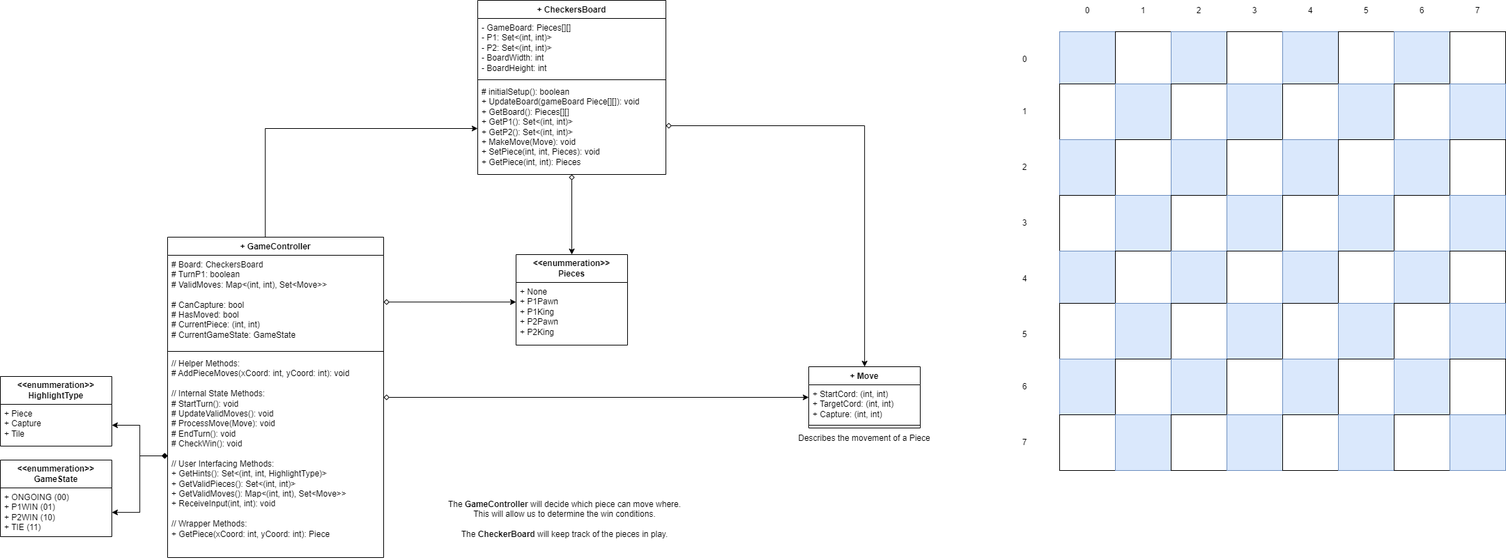
Before: checkers_class_diagram.png, a diagram exported from draw.io (illiteratewaffle/RetroArcade). Source tidied: cells renumbered, new cells last; positions are measured from the earlier drawing's top-left corner, leaving out a move shared by most shapes.
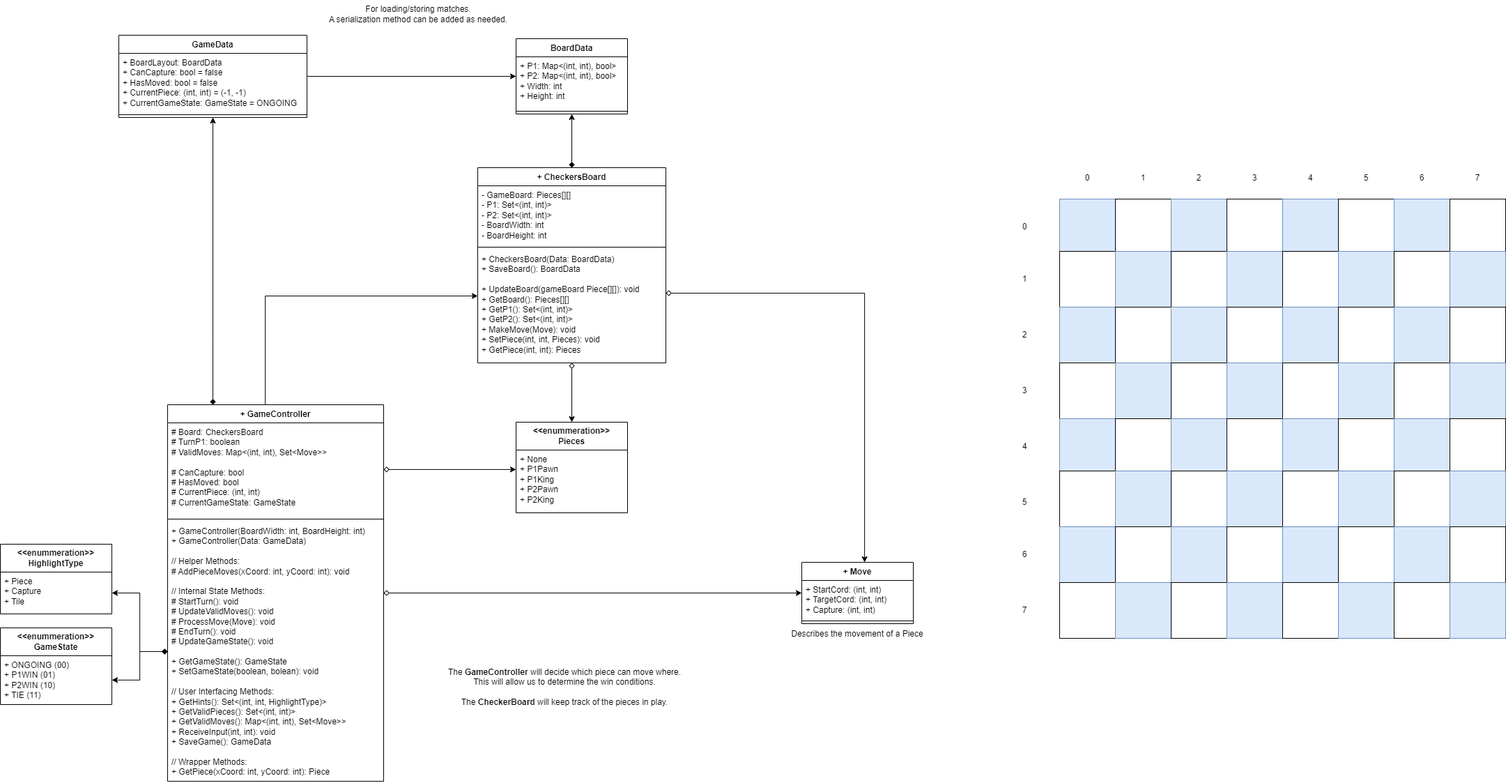
The same file after the commit.

Commit message:
Added methods to get and forcefully set the GameState in the Checkers Class Diagram.

What changed in the source:
```diff
@@ -6,7 +6,7 @@
       <mxGeometry relative="1" as="geometry" />
     </mxCell>
     <mxCell id="3" value="+ GameController&lt;div&gt;&lt;br&gt;&lt;/div&gt;" style="swimlane;fontStyle=1;align=center;verticalAlign=top;horizontal=1;startSize=26;whiteSpace=wrap;html=1;" parent="1" vertex="1">
-      <mxGeometry x="240" y="340" width="310" height="460" as="geometry" />
+      <mxGeometry x="240" y="340" width="310" height="540" as="geometry" />
     </mxCell>
     <mxCell id="4" value="&lt;div&gt;&lt;span style=&quot;background-color: transparent; color: light-dark(rgb(0, 0, 0), rgb(255, 255, 255));&quot;&gt;# Board: CheckersBoard&lt;/span&gt;&lt;/div&gt;&lt;div&gt;# TurnP1: boolean&lt;/div&gt;&lt;div&gt;# ValidMoves: Map&amp;lt;(int, int), Set&amp;lt;Move&amp;gt;&amp;gt;&lt;/div&gt;&lt;div&gt;&lt;br&gt;&lt;/div&gt;&lt;div&gt;# CanCapture: bool&lt;/div&gt;&lt;div&gt;# HasMoved: bool&lt;/div&gt;&lt;div&gt;# CurrentPiece: (int, int)&lt;/div&gt;&lt;div&gt;# CurrentGameState: GameState&lt;/div&gt;" style="text;strokeColor=none;fillColor=none;align=left;verticalAlign=top;spacingLeft=4;spacingRight=4;overflow=hidden;points=[[0,0.5],[1,0.5]];portConstraint=eastwest;whiteSpace=wrap;html=1;" parent="3" vertex="1">
       <mxGeometry y="26" width="310" height="134" as="geometry" />
@@ -14,11 +14,11 @@
     <mxCell id="5" style="line;strokeWidth=1;fillColor=none;align=left;verticalAlign=middle;spacingTop=-1;spacingLeft=3;spacingRight=3;labelPosition=right;strokeColor=inherit;" parent="3" vertex="1">
       <mxGeometry y="160" width="310" height="8" as="geometry" />
     </mxCell>
-    <mxCell id="6" value="&lt;div&gt;// Helper Methods:&lt;/div&gt;&lt;div&gt;# AddPieceMoves(xCoord: int, yCoord: int): void&lt;/div&gt;&lt;div&gt;&lt;br&gt;&lt;/div&gt;&lt;div&gt;// Internal State Methods:&lt;/div&gt;&lt;div&gt;# StartTurn(): void&lt;/div&gt;&lt;div&gt;# UpdateValidMoves(): void&lt;/div&gt;&lt;div&gt;# ProcessMove(Move): void&lt;/div&gt;&lt;div&gt;# EndTurn(): void&lt;/div&gt;&lt;div&gt;# CheckWin(): void&lt;/div&gt;&lt;div&gt;&lt;br&gt;&lt;/div&gt;&lt;div&gt;// User Interfacing Methods:&lt;/div&gt;&lt;div&gt;+ GetHints(): Set&amp;lt;(int, int, HighlightType)&amp;gt;&lt;/div&gt;&lt;div&gt;+ GetValidPieces(): Set&amp;lt;(int, int)&amp;gt;&lt;/div&gt;+ GetValidMoves(): Map&amp;lt;(int, int), Set&amp;lt;Move&amp;gt;&amp;gt;&lt;div&gt;+ ReceiveInput(int, int): void&lt;/div&gt;&lt;div&gt;&lt;br&gt;&lt;/div&gt;&lt;div&gt;// Wrapper Methods:&lt;/div&gt;&lt;div&gt;+ GetPiece(xCoord: int, yCoord: int): Piece&lt;/div&gt;" style="text;strokeColor=none;fillColor=none;align=left;verticalAlign=top;spacingLeft=4;spacingRight=4;overflow=hidden;points=[[0,0.5],[1,0.5]];portConstraint=eastwest;whiteSpace=wrap;html=1;" parent="3" vertex="1">
-      <mxGeometry y="168" width="310" height="292" as="geometry" />
+    <mxCell id="6" value="&lt;div&gt;+ GameController(BoardWidth: int, BoardHeight: int)&lt;/div&gt;&lt;div&gt;+ GameController(Data: GameData)&lt;/div&gt;&lt;div&gt;&lt;br&gt;&lt;/div&gt;&lt;div&gt;// Helper Methods:&lt;/div&gt;&lt;div&gt;# AddPieceMoves(xCoord: int, yCoord: int): void&lt;/div&gt;&lt;div&gt;&lt;br&gt;&lt;/div&gt;&lt;div&gt;// Internal State Methods:&lt;/div&gt;&lt;div&gt;# StartTurn(): void&lt;/div&gt;&lt;div&gt;# UpdateValidMoves(): void&lt;/div&gt;&lt;div&gt;# ProcessMove(Move): void&lt;/div&gt;&lt;div&gt;# EndTurn(): void&lt;/div&gt;&lt;div&gt;# UpdateGameState(): void&lt;/div&gt;&lt;div&gt;&lt;br&gt;&lt;/div&gt;&lt;div&gt;&lt;div&gt;+ GetGameState(): GameState&lt;/div&gt;&lt;div&gt;+ SetGameState(boolean, bolean): void&lt;/div&gt;&lt;/div&gt;&lt;div&gt;&lt;br&gt;&lt;/div&gt;&lt;div&gt;// User Interfacing Methods:&lt;/div&gt;&lt;div&gt;+ GetHints(): Set&amp;lt;(int, int, HighlightType)&amp;gt;&lt;/div&gt;&lt;div&gt;+ GetValidPieces(): Set&amp;lt;(int, int)&amp;gt;&lt;/div&gt;+ GetValidMoves(): Map&amp;lt;(int, int), Set&amp;lt;Move&amp;gt;&amp;gt;&lt;div&gt;+ ReceiveInput(int, int): void&lt;/div&gt;&lt;div&gt;+ SaveGame(): GameData&lt;/div&gt;&lt;div&gt;&lt;br&gt;&lt;/div&gt;&lt;div&gt;// Wrapper Methods:&lt;/div&gt;&lt;div&gt;+ GetPiece(xCoord: int, yCoord: int): Piece&lt;/div&gt;" style="text;strokeColor=none;fillColor=none;align=left;verticalAlign=top;spacingLeft=4;spacingRight=4;overflow=hidden;points=[[0,0.5],[1,0.5]];portConstraint=eastwest;whiteSpace=wrap;html=1;" parent="3" vertex="1">
+      <mxGeometry y="168" width="310" height="372" as="geometry" />
     </mxCell>
     <mxCell id="7" value="+ Move" style="swimlane;fontStyle=1;align=center;verticalAlign=top;horizontal=1;startSize=26;whiteSpace=wrap;html=1;" parent="1" vertex="1">
-      <mxGeometry x="1160" y="526" width="160" height="88" as="geometry" />
+      <mxGeometry x="1150" y="566" width="160" height="88" as="geometry" />
     </mxCell>
     <mxCell id="8" value="+ StartCord: (int, int)&lt;div&gt;+ TargetCord: (int, int)&lt;/div&gt;&lt;div&gt;+ Capture: (int, int)&lt;/div&gt;" style="text;strokeColor=none;fillColor=none;align=left;verticalAlign=top;spacingLeft=4;spacingRight=4;overflow=hidden;whiteSpace=wrap;html=1;" parent="7" vertex="1">
       <mxGeometry y="26" width="160" height="54" as="geometry" />
@@ -27,7 +27,7 @@
       <mxGeometry y="80" width="160" height="8" as="geometry" />
     </mxCell>
     <mxCell id="10" value="Describes the movement of a Piece" style="text;html=1;align=center;verticalAlign=middle;whiteSpace=wrap;rounded=0;" parent="1" vertex="1">
-      <mxGeometry x="1140" y="614" width="200" height="30" as="geometry" />
+      <mxGeometry x="1130" y="654" width="200" height="30" as="geometry" />
     </mxCell>
     <mxCell id="11" value="&lt;b&gt;&amp;lt;&amp;lt;enummeration&amp;gt;&amp;gt;&lt;/b&gt;&lt;div&gt;&lt;b&gt;HighlightType&lt;/b&gt;&lt;/div&gt;" style="swimlane;fontStyle=0;horizontal=1;startSize=40;fillColor=none;whiteSpace=wrap;html=1;" parent="1" vertex="1">
       <mxGeometry y="540" width="160" height="100" as="geometry" />
@@ -309,8 +309,11 @@
         </Array>
       </mxGeometry>
     </mxCell>
+    <mxCell id="108" style="edgeStyle=orthogonalEdgeStyle;rounded=0;jettySize=auto;html=1;startArrow=diamond;startFill=1;" parent="1" edge="1" source="100" target="114">
+      <mxGeometry relative="1" as="geometry" />
+    </mxCell>
     <mxCell id="100" value="&lt;div&gt;+ CheckersBoard&lt;/div&gt;&lt;div&gt;&lt;br&gt;&lt;/div&gt;" style="swimlane;fontStyle=1;align=center;verticalAlign=top;horizontal=1;startSize=26;whiteSpace=wrap;html=1;" parent="1" vertex="1">
-      <mxGeometry x="685" width="270" height="250" as="geometry" />
+      <mxGeometry x="685" width="270" height="280" as="geometry" />
     </mxCell>
     <mxCell id="101" value="- GameBoard: Pieces[][]&lt;div&gt;- P1: Set&amp;lt;(int, int)&amp;gt;&lt;/div&gt;&lt;div&gt;- P2: Set&amp;lt;(int, int)&amp;gt;&lt;br&gt;&lt;div&gt;- BoardWidth: int&lt;/div&gt;&lt;div&gt;- BoardHeight: int&lt;/div&gt;&lt;/div&gt;" style="text;strokeColor=none;fillColor=none;align=left;verticalAlign=top;spacingLeft=4;spacingRight=4;overflow=hidden;whiteSpace=wrap;html=1;" parent="100" vertex="1">
       <mxGeometry y="26" width="270" height="84" as="geometry" />
@@ -318,8 +321,8 @@
     <mxCell id="102" style="line;strokeWidth=1;fillColor=none;align=left;verticalAlign=middle;spacingTop=-1;spacingLeft=3;spacingRight=3;labelPosition=right;strokeColor=inherit;" parent="100" vertex="1">
       <mxGeometry y="110" width="270" height="8" as="geometry" />
     </mxCell>
-    <mxCell id="103" value="# initialSetup(): boolean&lt;div&gt;+ Update&lt;span style=&quot;background-color: transparent; color: light-dark(rgb(0, 0, 0), rgb(255, 255, 255));&quot;&gt;Board(gameBoard Piece[][]): void&lt;/span&gt;&lt;/div&gt;&lt;div&gt;&lt;span style=&quot;background-color: transparent; color: light-dark(rgb(0, 0, 0), rgb(255, 255, 255));&quot;&gt;+ GetBoard(): Pieces[][]&lt;/span&gt;&lt;/div&gt;&lt;div&gt;&lt;span style=&quot;background-color: transparent; color: light-dark(rgb(0, 0, 0), rgb(255, 255, 255));&quot;&gt;+ GetP1(): Set&amp;lt;(int, int)&amp;gt;&lt;/span&gt;&lt;/div&gt;&lt;div&gt;&lt;span style=&quot;background-color: transparent; color: light-dark(rgb(0, 0, 0), rgb(255, 255, 255));&quot;&gt;&lt;/span&gt;&lt;/div&gt;+ GetP2(): Set&amp;lt;(int, int)&amp;gt;&lt;div&gt;+ MakeMove(Move): void&lt;/div&gt;&lt;div&gt;+ SetPiece(int, int, Pieces): void&lt;/div&gt;&lt;div&gt;+ GetPiece(int, int): Pieces&lt;/div&gt;" style="text;strokeColor=none;fillColor=none;align=left;verticalAlign=top;spacingLeft=4;spacingRight=4;overflow=hidden;points=[[0,0.5],[1,0.5]];portConstraint=eastwest;whiteSpace=wrap;html=1;" parent="100" vertex="1">
-      <mxGeometry y="118" width="270" height="132" as="geometry" />
+    <mxCell id="103" value="&lt;div&gt;+ CheckersBoard(Data: BoardData)&lt;/div&gt;&lt;div&gt;+ SaveBoard(): BoardData&lt;/div&gt;&lt;div&gt;&lt;br&gt;&lt;/div&gt;&lt;div&gt;+ Update&lt;span style=&quot;background-color: transparent; color: light-dark(rgb(0, 0, 0), rgb(255, 255, 255));&quot;&gt;Board(gameBoard Piece[][]): void&lt;/span&gt;&lt;/div&gt;&lt;div&gt;&lt;span style=&quot;background-color: transparent; color: light-dark(rgb(0, 0, 0), rgb(255, 255, 255));&quot;&gt;+ GetBoard(): Pieces[][]&lt;/span&gt;&lt;/div&gt;&lt;div&gt;&lt;span style=&quot;background-color: transparent; color: light-dark(rgb(0, 0, 0), rgb(255, 255, 255));&quot;&gt;+ GetP1(): Set&amp;lt;(int, int)&amp;gt;&lt;/span&gt;&lt;/div&gt;&lt;div&gt;&lt;span style=&quot;background-color: transparent; color: light-dark(rgb(0, 0, 0), rgb(255, 255, 255));&quot;&gt;&lt;/span&gt;&lt;/div&gt;+ GetP2(): Set&amp;lt;(int, int)&amp;gt;&lt;div&gt;+ MakeMove(Move): void&lt;/div&gt;&lt;div&gt;+ SetPiece(int, int, Pieces): void&lt;/div&gt;&lt;div&gt;+ GetPiece(int, int): Pieces&lt;/div&gt;" style="text;strokeColor=none;fillColor=none;align=left;verticalAlign=top;spacingLeft=4;spacingRight=4;overflow=hidden;points=[[0,0.5],[1,0.5]];portConstraint=eastwest;whiteSpace=wrap;html=1;" parent="100" vertex="1">
+      <mxGeometry y="118" width="270" height="162" as="geometry" />
     </mxCell>
     <mxCell id="104" value="&lt;b&gt;&amp;lt;&amp;lt;enummeration&amp;gt;&amp;gt;&lt;/b&gt;&lt;div&gt;&lt;b&gt;Pieces&lt;/b&gt;&lt;/div&gt;" style="swimlane;fontStyle=0;horizontal=1;startSize=40;fillColor=none;whiteSpace=wrap;html=1;" parent="1" vertex="1">
       <mxGeometry x="740" y="365" width="160" height="130" as="geometry" />
@@ -333,5 +336,37 @@
     <mxCell id="107" style="edgeStyle=orthogonalEdgeStyle;rounded=0;jettySize=auto;html=1;exitX=0;exitY=0.5;exitDx=0;exitDy=0;startArrow=diamond;startFill=1;" parent="1" edge="1" source="6" target="12">
       <mxGeometry relative="1" as="geometry" />
     </mxCell>
+    <mxCell id="109" style="edgeStyle=orthogonalEdgeStyle;rounded=0;jettySize=auto;html=1;startArrow=diamond;startFill=1;" parent="1" edge="1" source="3" target="111">
+      <mxGeometry relative="1" as="geometry">
+        <Array as="points">
+          <mxPoint x="305" y="250" />
+          <mxPoint x="305" y="250" />
+        </Array>
+      </mxGeometry>
+    </mxCell>
+    <mxCell id="110" style="edgeStyle=orthogonalEdgeStyle;rounded=0;jettySize=auto;html=1;" parent="1" edge="1" source="111" target="114">
+      <mxGeometry relative="1" as="geometry" />
+    </mxCell>
+    <mxCell id="111" value="GameData" style="swimlane;fontStyle=1;align=center;verticalAlign=top;horizontal=1;startSize=26;whiteSpace=wrap;html=1;" parent="1" vertex="1">
+      <mxGeometry x="170" y="-190" width="270" height="118" as="geometry" />
+    </mxCell>
+    <mxCell id="112" value="+ BoardLayout: BoardData&lt;div&gt;+ CanCapture: bool = false&lt;/div&gt;&lt;div&gt;+ HasMoved: bool = false&lt;/div&gt;&lt;div&gt;+ CurrentPiece: (int, int) = (-1, -1)&lt;/div&gt;&lt;div&gt;+ CurrentGameState: GameState = ONGOING&lt;/div&gt;" style="text;strokeColor=none;fillColor=none;align=left;verticalAlign=top;spacingLeft=4;spacingRight=4;overflow=hidden;whiteSpace=wrap;html=1;" parent="111" vertex="1">
+      <mxGeometry y="26" width="270" height="84" as="geometry" />
+    </mxCell>
+    <mxCell id="113" style="line;strokeWidth=1;fillColor=none;align=left;verticalAlign=middle;spacingTop=-1;spacingLeft=3;spacingRight=3;labelPosition=right;strokeColor=inherit;" parent="111" vertex="1">
+      <mxGeometry y="110" width="270" height="8" as="geometry" />
+    </mxCell>
+    <mxCell id="114" value="BoardData" style="swimlane;fontStyle=1;align=center;verticalAlign=top;horizontal=1;startSize=26;whiteSpace=wrap;html=1;" parent="1" vertex="1">
+      <mxGeometry x="740" y="-185" width="160" height="108" as="geometry" />
+    </mxCell>
+    <mxCell id="115" value="+ P1: Map&amp;lt;(int, int), bool&amp;gt;&lt;div&gt;+ P2: Map&amp;lt;(int, int), bool&amp;gt;&lt;/div&gt;&lt;div&gt;+ Width: int&lt;/div&gt;&lt;div&gt;+ Height: int&lt;/div&gt;" style="text;strokeColor=none;fillColor=none;align=left;verticalAlign=top;spacingLeft=4;spacingRight=4;overflow=hidden;whiteSpace=wrap;html=1;" parent="114" vertex="1">
+      <mxGeometry y="26" width="160" height="74" as="geometry" />
+    </mxCell>
+    <mxCell id="116" style="line;strokeWidth=1;fillColor=none;align=left;verticalAlign=middle;spacingTop=-1;spacingLeft=3;spacingRight=3;labelPosition=right;strokeColor=inherit;" parent="114" vertex="1">
+      <mxGeometry y="100" width="160" height="8" as="geometry" />
+    </mxCell>
+    <mxCell id="117" value="For loading/storing matches.&lt;div&gt;A serialization method can be added as needed.&lt;/div&gt;" style="text;html=1;align=center;verticalAlign=middle;whiteSpace=wrap;rounded=0;" parent="1" vertex="1">
+      <mxGeometry x="460" y="-240" width="280" height="40" as="geometry" />
+    </mxCell>
   </root>
 </mxGraphModel>
```
